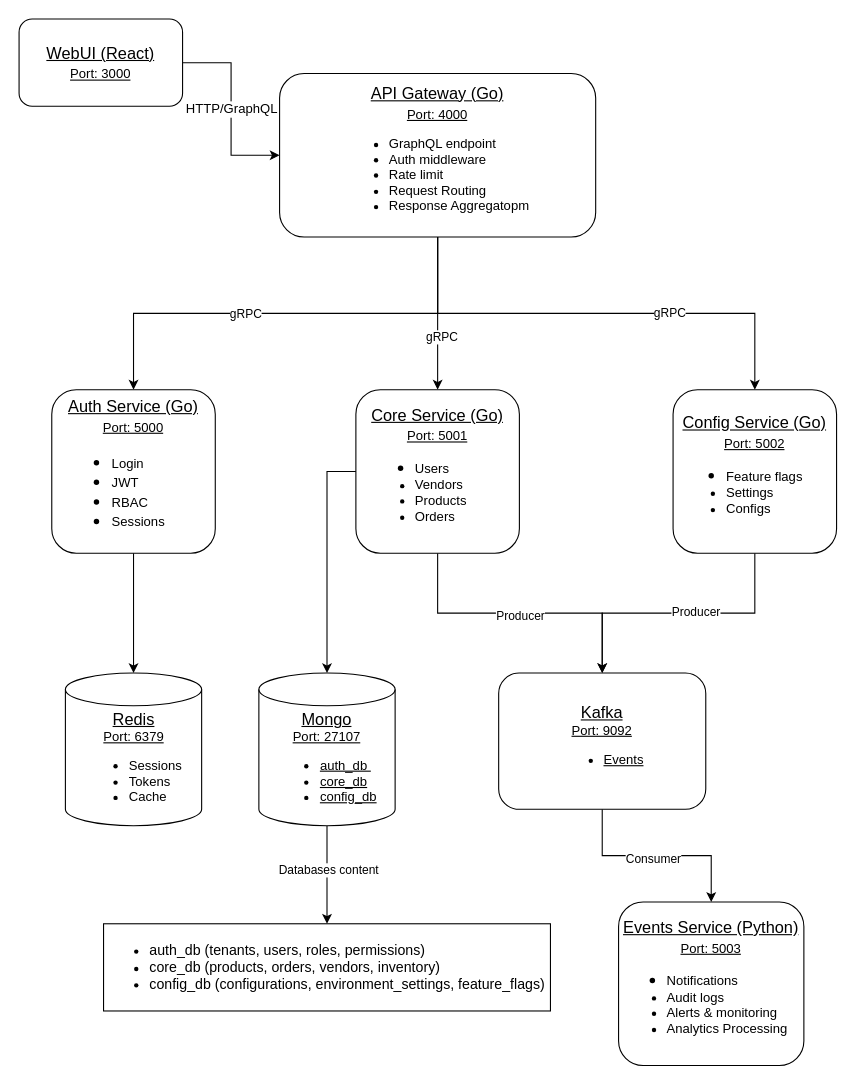
This is docs/resources/ERP.drawio from TamirHazut/ERP, a draw.io file, before an edit. Source tidied: cells renumbered, new cells numbered last; positions are measured from the earlier drawing's top-left corner, leaving out a move shared by most shapes. Both pictures are drawn from the tidied source at 109%, with x=0, y=0 at pixel (19, 19).
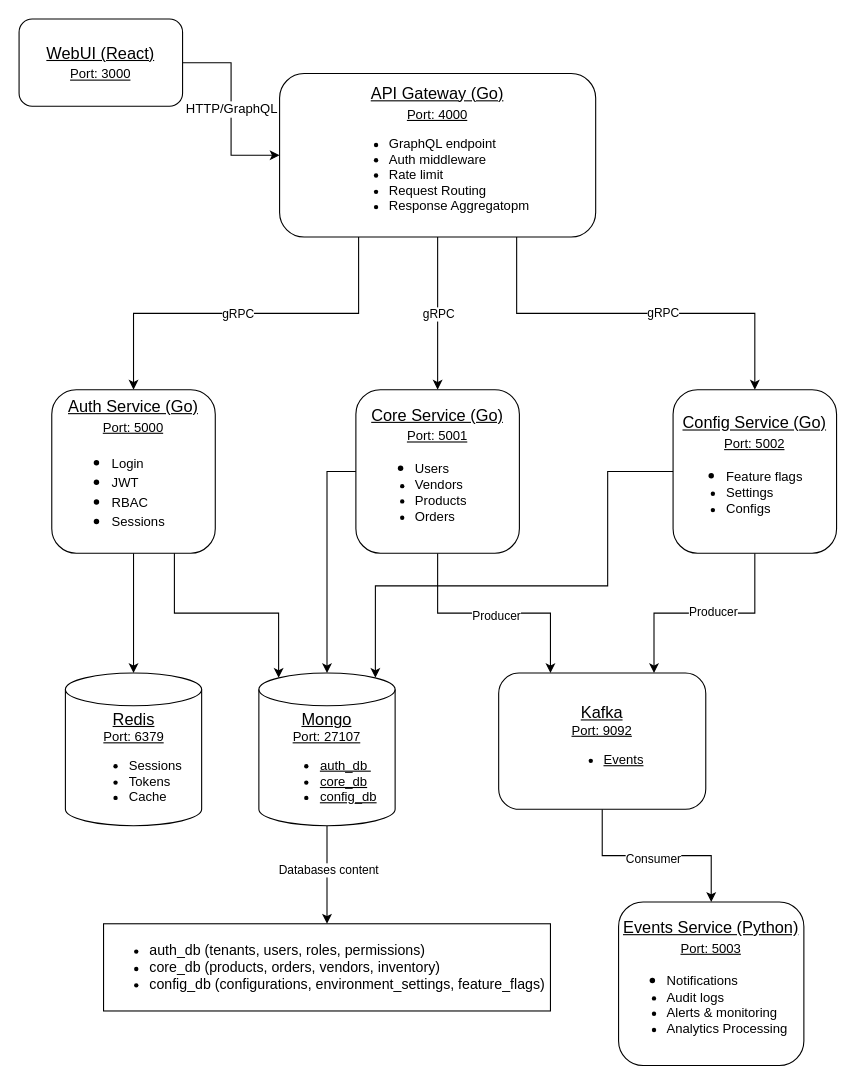
The same page after the edit.

Unchanged cells that the change refers to:
```xml
<mxCell id="9" style="edgeStyle=orthogonalEdgeStyle;rounded=0;jettySize=auto;html=1;exitX=0.5;exitY=1;exitDx=0;exitDy=0;entryX=0.5;entryY=0;entryDx=0;entryDy=0;" parent="1" edge="1" source="11" target="16">
  <mxGeometry relative="1" as="geometry" />
</mxCell>
<mxCell id="11" value="&lt;font style=&quot;&quot;&gt;&lt;u style=&quot;&quot;&gt;&lt;span style=&quot;font-size: 15px;&quot;&gt;API Gateway (Go)&lt;br&gt;&lt;/span&gt;&lt;div style=&quot;font-size: 15px; text-align: center;&quot;&gt;&lt;span style=&quot;background-color: transparent; color: light-dark(rgb(0, 0, 0), rgb(255, 255, 255)); text-align: left; font-size: 12px;&quot;&gt;Port: 4000&lt;/span&gt;&lt;/div&gt;&lt;/u&gt;&lt;/font&gt;&lt;div&gt;&lt;ul&gt;&lt;li style=&quot;text-align: left;&quot;&gt;&lt;span style=&quot;background-color: transparent; color: light-dark(rgb(0, 0, 0), rgb(255, 255, 255));&quot;&gt;GraphQL endpoint&lt;/span&gt;&lt;/li&gt;&lt;li style=&quot;text-align: left;&quot;&gt;&lt;span style=&quot;background-color: transparent; color: light-dark(rgb(0, 0, 0), rgb(255, 255, 255));&quot;&gt;Auth middleware&lt;/span&gt;&lt;/li&gt;&lt;li style=&quot;text-align: left;&quot;&gt;&lt;span style=&quot;background-color: transparent; color: light-dark(rgb(0, 0, 0), rgb(255, 255, 255));&quot;&gt;Rate limit&lt;/span&gt;&lt;/li&gt;&lt;li style=&quot;text-align: left;&quot;&gt;&lt;span style=&quot;background-color: transparent; color: light-dark(rgb(0, 0, 0), rgb(255, 255, 255));&quot;&gt;Request Routing&lt;/span&gt;&lt;/li&gt;&lt;li style=&quot;text-align: left;&quot;&gt;&lt;span style=&quot;background-color: transparent; color: light-dark(rgb(0, 0, 0), rgb(255, 255, 255));&quot;&gt;Response Aggregatopm&lt;/span&gt;&lt;/li&gt;&lt;/ul&gt;&lt;/div&gt;" style="rounded=1;whiteSpace=wrap;html=1;" parent="1" vertex="1">
  <mxGeometry x="239" y="50" width="290" height="150" as="geometry" />
</mxCell>
<mxCell id="13" value="&lt;font style=&quot;&quot;&gt;&lt;span style=&quot;text-decoration-line: underline; font-size: 15px;&quot;&gt;Auth Service (Go)&lt;br&gt;&lt;/span&gt;&lt;div style=&quot;text-decoration-line: underline; font-size: 15px; text-align: center;&quot;&gt;&lt;span style=&quot;background-color: transparent; color: light-dark(rgb(0, 0, 0), rgb(255, 255, 255)); text-align: left; font-size: 12px;&quot;&gt;Port: 5000&lt;/span&gt;&lt;/div&gt;&lt;div style=&quot;font-size: 15px;&quot;&gt;&lt;ul style=&quot;&quot;&gt;&lt;li style=&quot;text-align: left;&quot;&gt;&lt;span style=&quot;background-color: transparent; color: light-dark(rgb(0, 0, 0), rgb(255, 255, 255)); font-size: 12px;&quot;&gt;Login&lt;br&gt;&lt;/span&gt;&lt;/li&gt;&lt;li style=&quot;text-align: left;&quot;&gt;&lt;span style=&quot;background-color: transparent; color: light-dark(rgb(0, 0, 0), rgb(255, 255, 255)); font-size: 12px;&quot;&gt;JWT&lt;/span&gt;&lt;/li&gt;&lt;li style=&quot;text-align: left;&quot;&gt;&lt;span style=&quot;background-color: transparent; color: light-dark(rgb(0, 0, 0), rgb(255, 255, 255)); font-size: 12px;&quot;&gt;RBAC&lt;/span&gt;&lt;/li&gt;&lt;li style=&quot;text-align: left;&quot;&gt;&lt;span style=&quot;background-color: transparent; color: light-dark(rgb(0, 0, 0), rgb(255, 255, 255)); font-size: 12px;&quot;&gt;Sessions&lt;/span&gt;&lt;/li&gt;&lt;/ul&gt;&lt;/div&gt;&lt;/font&gt;" style="rounded=1;whiteSpace=wrap;html=1;" parent="1" vertex="1">
  <mxGeometry x="30" y="340" width="150" height="150" as="geometry" />
</mxCell>
<mxCell id="16" value="&lt;font style=&quot;&quot;&gt;&lt;span style=&quot;text-decoration-line: underline; font-size: 15px;&quot;&gt;Core Service (Go)&lt;br&gt;&lt;/span&gt;&lt;div style=&quot;text-decoration-line: underline; font-size: 15px; text-align: center;&quot;&gt;&lt;span style=&quot;background-color: transparent; color: light-dark(rgb(0, 0, 0), rgb(255, 255, 255)); text-align: left; font-size: 12px;&quot;&gt;Port: 5001&lt;/span&gt;&lt;/div&gt;&lt;div style=&quot;&quot;&gt;&lt;ul style=&quot;&quot;&gt;&lt;li style=&quot;font-size: 15px; text-align: left;&quot;&gt;&lt;span style=&quot;background-color: transparent; color: light-dark(rgb(0, 0, 0), rgb(255, 255, 255)); font-size: 12px;&quot;&gt;Users&lt;/span&gt;&lt;/li&gt;&lt;li style=&quot;text-align: left;&quot;&gt;Vendors&lt;/li&gt;&lt;li style=&quot;text-align: left;&quot;&gt;Products&lt;/li&gt;&lt;li style=&quot;text-align: left;&quot;&gt;Orders&lt;/li&gt;&lt;/ul&gt;&lt;/div&gt;&lt;/font&gt;" style="rounded=1;whiteSpace=wrap;html=1;" parent="1" vertex="1">
  <mxGeometry x="309" y="340" width="150" height="150" as="geometry" />
</mxCell>
<mxCell id="19" value="&lt;font style=&quot;&quot;&gt;&lt;span style=&quot;text-decoration-line: underline; font-size: 15px;&quot;&gt;Config Service (Go)&lt;br&gt;&lt;/span&gt;&lt;div style=&quot;text-decoration-line: underline; font-size: 15px; text-align: center;&quot;&gt;&lt;span style=&quot;background-color: transparent; color: light-dark(rgb(0, 0, 0), rgb(255, 255, 255)); text-align: left; font-size: 12px;&quot;&gt;Port: 5002&lt;/span&gt;&lt;/div&gt;&lt;div style=&quot;&quot;&gt;&lt;ul style=&quot;&quot;&gt;&lt;li style=&quot;font-size: 15px; text-align: left;&quot;&gt;&lt;span style=&quot;background-color: transparent; color: light-dark(rgb(0, 0, 0), rgb(255, 255, 255)); font-size: 12px;&quot;&gt;Feature flags&lt;/span&gt;&lt;/li&gt;&lt;li style=&quot;text-align: left;&quot;&gt;Settings&lt;/li&gt;&lt;li style=&quot;text-align: left;&quot;&gt;Configs&lt;/li&gt;&lt;/ul&gt;&lt;/div&gt;&lt;/font&gt;" style="rounded=1;whiteSpace=wrap;html=1;" parent="1" vertex="1">
  <mxGeometry x="600" y="340" width="150" height="150" as="geometry" />
</mxCell>
<mxCell id="23" value="&lt;u&gt;&lt;font style=&quot;&quot;&gt;&lt;span style=&quot;font-size: 15px;&quot;&gt;Kafka&lt;/span&gt;&lt;/font&gt;&lt;/u&gt;&lt;div&gt;&lt;u&gt;&lt;font style=&quot;&quot;&gt;&lt;font&gt;Port: 9092&lt;/font&gt;&lt;/font&gt;&lt;/u&gt;&lt;div&gt;&lt;ul&gt;&lt;li&gt;&lt;u&gt;&lt;font&gt;Events&lt;/font&gt;&lt;/u&gt;&lt;/li&gt;&lt;/ul&gt;&lt;/div&gt;&lt;/div&gt;" style="rounded=1;whiteSpace=wrap;html=1;" parent="1" vertex="1">
  <mxGeometry x="440" y="600" width="190" height="125" as="geometry" />
</mxCell>
<mxCell id="27" value="&lt;u&gt;&lt;font style=&quot;font-size: 15px;&quot;&gt;Mongo&lt;/font&gt;&lt;/u&gt;&lt;div&gt;&lt;u&gt;&lt;font&gt;Port: 27107&lt;/font&gt;&lt;/u&gt;&lt;/div&gt;&lt;div&gt;&lt;ul&gt;&lt;li style=&quot;text-align: left;&quot;&gt;&lt;u&gt;&lt;font&gt;auth_db&amp;nbsp;&lt;/font&gt;&lt;/u&gt;&lt;/li&gt;&lt;li style=&quot;text-align: left;&quot;&gt;&lt;u&gt;&lt;font&gt;core_db&lt;/font&gt;&lt;/u&gt;&lt;/li&gt;&lt;li style=&quot;text-align: left;&quot;&gt;&lt;u&gt;&lt;font&gt;config_db&lt;/font&gt;&lt;/u&gt;&lt;/li&gt;&lt;/ul&gt;&lt;/div&gt;" style="shape=cylinder3;whiteSpace=wrap;html=1;boundedLbl=1;backgroundOutline=1;size=15;" parent="1" vertex="1">
  <mxGeometry x="220" y="600" width="125" height="140" as="geometry" />
</mxCell>
```

What changed in the source:
```diff
@@
-    <mxCell id="5" style="edgeStyle=orthogonalEdgeStyle;rounded=0;jettySize=auto;html=1;entryX=0.5;entryY=0;entryDx=0;entryDy=0;exitX=0.5;exitY=1;exitDx=0;exitDy=0;" parent="1" edge="1" source="11" target="13">
+    <mxCell id="5" style="edgeStyle=orthogonalEdgeStyle;rounded=0;jettySize=auto;html=1;entryX=0.5;entryY=0;entryDx=0;entryDy=0;exitX=0.25;exitY=1;exitDx=0;exitDy=0;" parent="1" edge="1" source="11" target="13">
       <mxGeometry relative="1" as="geometry" />
     </mxCell>
     <mxCell id="6" value="gRPC" style="edgeLabel;html=1;align=center;verticalAlign=middle;" parent="5" vertex="1">
-      <mxGeometry x="0.18" relative="1" as="geometry" />
+      <mxGeometry x="0.18" relative="1" as="geometry">
+        <mxPoint x="23" as="offset" />
+      </mxGeometry>
     </mxCell>
-    <mxCell id="7" style="edgeStyle=orthogonalEdgeStyle;rounded=0;jettySize=auto;html=1;entryX=0.5;entryY=0;entryDx=0;entryDy=0;exitX=0.5;exitY=1;exitDx=0;exitDy=0;" parent="1" edge="1" source="11" target="19">
+    <mxCell id="7" style="edgeStyle=orthogonalEdgeStyle;rounded=0;jettySize=auto;html=1;entryX=0.5;entryY=0;entryDx=0;entryDy=0;exitX=0.75;exitY=1;exitDx=0;exitDy=0;" parent="1" edge="1" source="11" target="19">
       <mxGeometry relative="1" as="geometry" />
     </mxCell>
     <mxCell id="8" value="gRPC" style="edgeLabel;html=1;align=center;verticalAlign=middle;" parent="7" vertex="1">
-      <mxGeometry x="0.31" y="1" relative="1" as="geometry" />
+      <mxGeometry x="0.31" y="1" relative="1" as="geometry">
+        <mxPoint x="-31" as="offset" />
+      </mxGeometry>
     </mxCell>
@@
     <mxCell id="10" value="gRPC" style="edgeLabel;html=1;align=center;verticalAlign=middle;" parent="9" vertex="1">
-      <mxGeometry x="0.3" y="3" relative="1" as="geometry" />
+      <mxGeometry x="0.3" y="3" relative="1" as="geometry">
+        <mxPoint x="-3" y="-21" as="offset" />
+      </mxGeometry>
     </mxCell>
@@
-    <mxCell id="14" style="edgeStyle=orthogonalEdgeStyle;rounded=0;jettySize=auto;html=1;exitX=0.5;exitY=1;exitDx=0;exitDy=0;entryX=0.5;entryY=0;entryDx=0;entryDy=0;" parent="1" edge="1" source="16" target="23">
+    <mxCell id="14" style="edgeStyle=orthogonalEdgeStyle;rounded=0;jettySize=auto;html=1;exitX=0.5;exitY=1;exitDx=0;exitDy=0;entryX=0.25;entryY=0;entryDx=0;entryDy=0;" parent="1" edge="1" source="16" target="23">
       <mxGeometry relative="1" as="geometry" />
     </mxCell>
@@
-    <mxCell id="17" style="edgeStyle=orthogonalEdgeStyle;rounded=0;jettySize=auto;html=1;exitX=0.5;exitY=1;exitDx=0;exitDy=0;entryX=0.5;entryY=0;entryDx=0;entryDy=0;" parent="1" edge="1" source="19" target="23">
+    <mxCell id="17" style="edgeStyle=orthogonalEdgeStyle;rounded=0;jettySize=auto;html=1;exitX=0.5;exitY=1;exitDx=0;exitDy=0;entryX=0.75;entryY=0;entryDx=0;entryDy=0;" parent="1" edge="1" source="19" target="23">
       <mxGeometry relative="1" as="geometry" />
     </mxCell>
@@
+    <mxCell id="30" style="edgeStyle=orthogonalEdgeStyle;rounded=0;jettySize=auto;html=1;exitX=0;exitY=0.5;exitDx=0;exitDy=0;entryX=0.855;entryY=0;entryDx=0;entryDy=4.35;entryPerimeter=0;" parent="1" edge="1" source="19" target="27">
+      <mxGeometry relative="1" as="geometry">
+        <Array as="points">
+          <mxPoint x="540" y="415" />
+          <mxPoint x="540" y="520" />
+          <mxPoint x="327" y="520" />
+        </Array>
+      </mxGeometry>
+    </mxCell>
+    <mxCell id="31" style="edgeStyle=orthogonalEdgeStyle;rounded=0;jettySize=auto;html=1;exitX=0.75;exitY=1;exitDx=0;exitDy=0;entryX=0.145;entryY=0;entryDx=0;entryDy=4.35;entryPerimeter=0;" parent="1" edge="1" source="13" target="27">
+      <mxGeometry relative="1" as="geometry" />
+    </mxCell>
```
